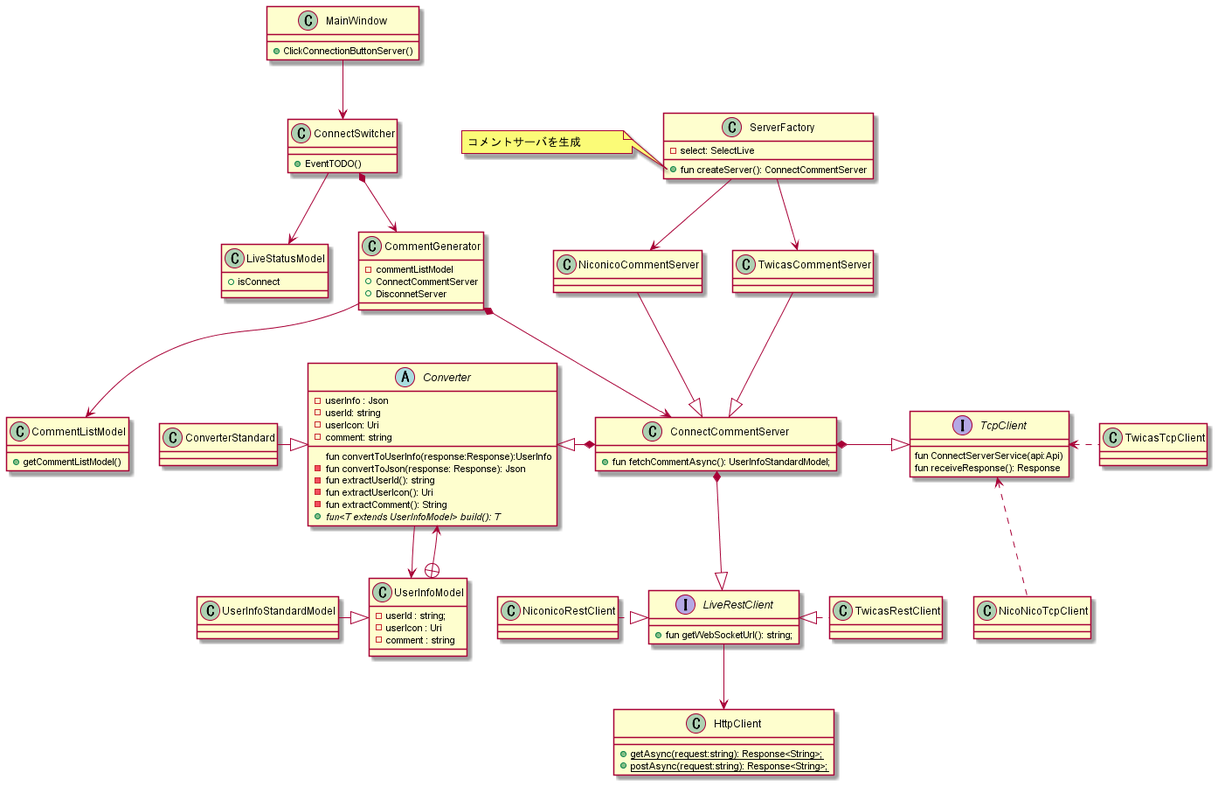
This is ultra-comment-viewer/out/class-design/model/fetch-comment/コメント取得クラス図.png from elm-niconico/AppDesign, a PlantUML export, as it was before one commit.
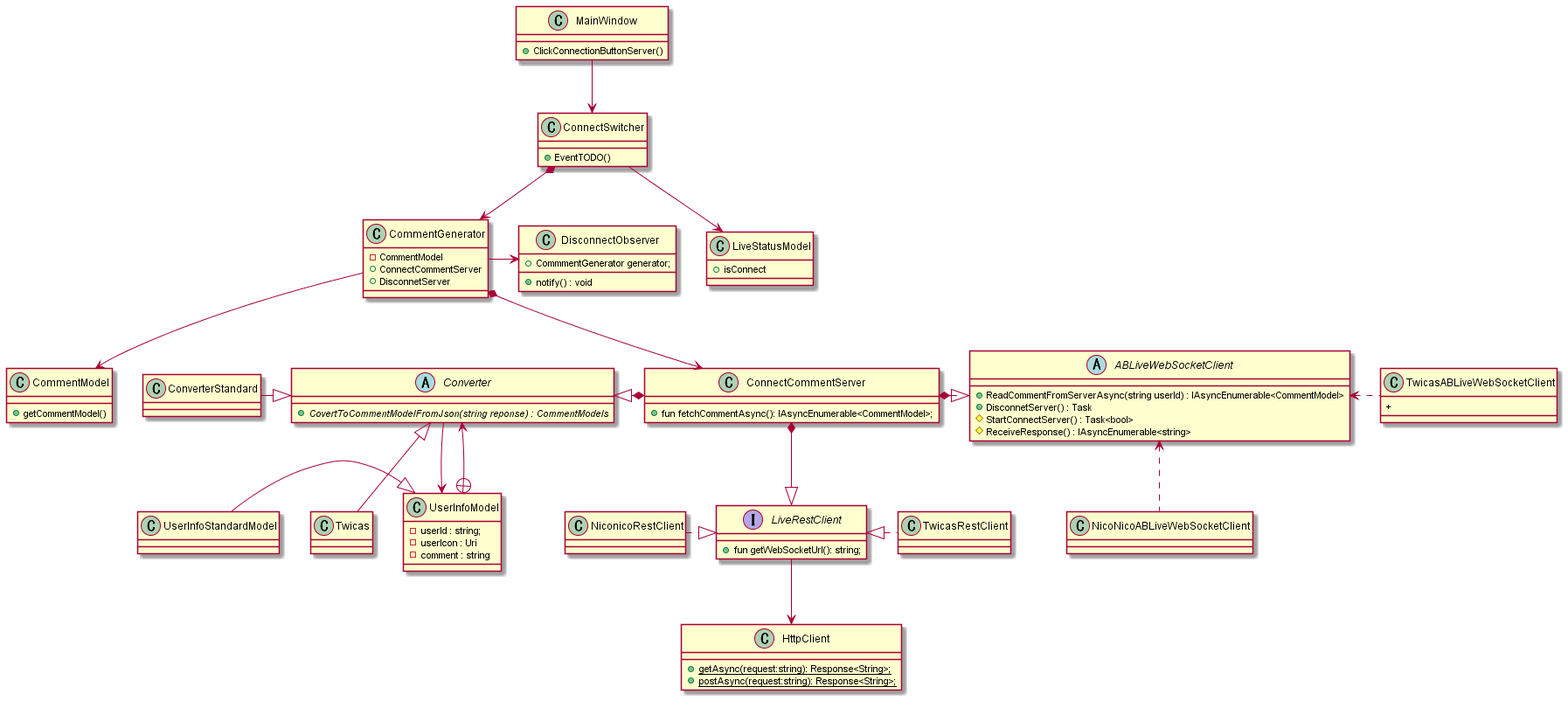
Later version of the same file.

Commit message:
observerクラスの追加

The edit, as a diff of the source:
```diff
@@ -7,52 +7,51 @@
     class LiveStatusModel{
         + isConnect
     }
-    class CommentListModel{
-        + getCommentListModel()
+    class CommentModel{
+        + getCommentModel()
     }
     class CommentGenerator{
-        - commentListModel
+        - CommentModel
         + ConnectCommentServer
         + DisconnetServer
     }
     class ConnectSwitcher{
         + EventTODO()
+    }
 
-    }
-    CommentGenerator --> CommentListModel
+
+    CommentGenerator --> CommentModel
     MainWindow --> ConnectSwitcher
     CommentGenerator *--> ConnectCommentServer
     ConnectSwitcher *--> CommentGenerator
     ConnectSwitcher --> LiveStatusModel
-    interface TcpClient{
-        fun ConnectServerService(api:Api)
-        fun receiveResponse(): Response
+    abstract class ABLiveWebSocketClient{
+        + ReadCommentFromServerAsync(string userId) : IAsyncEnumerable<CommentModel>
+        + DisconnetServer() : Task
+        # StartConnectServer() : Task<bool>
+        # ReceiveResponse() : IAsyncEnumerable<string>
     }
-    class NicoNicoTcpClient{
+
+    class NicoNicoABLiveWebSocketClient{
 
     }
-    class TwicasTcpClient{
+    class TwicasABLiveWebSocketClient{
+        +
+    }
+
+    class DisconnectObserver{
+        + CommmentGenerator generator;
+        + notify() : void
+    }
+    CommentGenerator -left-> DisconnectObserver
+
+
+
+    class ConnectCommentServer {
+        + fun fetchCommentAsync(): IAsyncEnumerable<CommentModel>;
 
     }
 
-
-    class NiconicoCommentServer{
-
-    }
-    class TwicasCommentServer{
-
-    }
-
-    class ConverterStandard {
-    }
-
-    class ConnectCommentServer {
-        + fun fetchCommentAsync(): UserInfoStandardModel;
-
-    }
-    note left of ServerFactory::createServer
-        コメントサーバを生成
-    end note
 
 
     interface LiveRestClient{
@@ -66,25 +65,13 @@
         + {static} postAsync(request:string): Response<String>;
     }
 
-    class ServerFactory{
-        - select: SelectLive
-        + fun createServer(): ConnectCommentServer
-    }
+
 
 
     abstract class Converter{
-        - userInfo : Json
-        - userId: string
-        - userIcon: Uri
-        - comment: string
-
-        fun convertToUserInfo(response:Response):UserInfo
-        -  fun convertToJson(response: Response): Json
-        -  fun extractUserId(): string
-        -  fun extractUserIcon(): Uri
-        -  fun extractComment(): String
-        + {abstract} fun<T extends UserInfoModel> build(): T
+        + {abstract} CovertToCommentModelFromJson(string reponse) : CommentModels
     }
+    Converter <|-- Twicas
 
     class UserInfoModel{
         - userId : string;
@@ -96,14 +83,14 @@
 
 
     ConnectCommentServer *--|> LiveRestClient
-    ConnectCommentServer *-right-|> TcpClient
+    ConnectCommentServer *-right-|> ABLiveWebSocketClient
     ConnectCommentServer *-left-|> Converter
 
 
     UserInfoModel +--> Converter
     Converter --> UserInfoModel
-    NicoNicoTcpClient .up.> TcpClient
-    TwicasTcpClient .left.> TcpClient
+    NicoNicoABLiveWebSocketClient .up.> ABLiveWebSocketClient
+    TwicasABLiveWebSocketClient .left.> ABLiveWebSocketClient
     UserInfoStandardModel -right-|> UserInfoModel
     NiconicoRestClient .right.|> LiveRestClient
     TwicasRestClient   .left.|>  LiveRestClient
@@ -111,9 +98,6 @@
 
 
     ConverterStandard -right-|> Converter
-    NiconicoCommentServer --|> ConnectCommentServer
-    TwicasCommentServer   --|> ConnectCommentServer
 
-    ServerFactory --> NiconicoCommentServer
-    ServerFactory --> TwicasCommentServer
+
 @enduml
```
